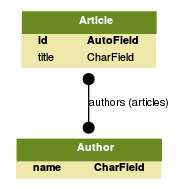
The Graphviz diagram app.png in salvalcantara/django-change-pk, before a commit. Its source is kept beside it as app.dot.
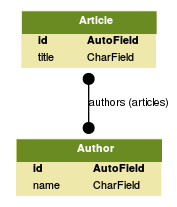
After the change.

Change to the diagram source:
```diff
@@ -25,9 +25,15 @@
     </FONT></TD></TR>
 
     <TR><TD ALIGN="LEFT" BORDER="0">
-    <FONT FACE="Helvetica Bold">name</FONT>
+    <FONT FACE="Helvetica Bold">id</FONT>
     </TD><TD ALIGN="LEFT">
-    <FONT FACE="Helvetica Bold">CharField</FONT>
+    <FONT FACE="Helvetica Bold">AutoField</FONT>
+    </TD></TR>
+
+    <TR><TD ALIGN="LEFT" BORDER="0">
+    <FONT FACE="Helvetica ">name</FONT>
+    </TD><TD ALIGN="LEFT">
+    <FONT FACE="Helvetica ">CharField</FONT>
     </TD></TR>
 
     </TABLE>
```
